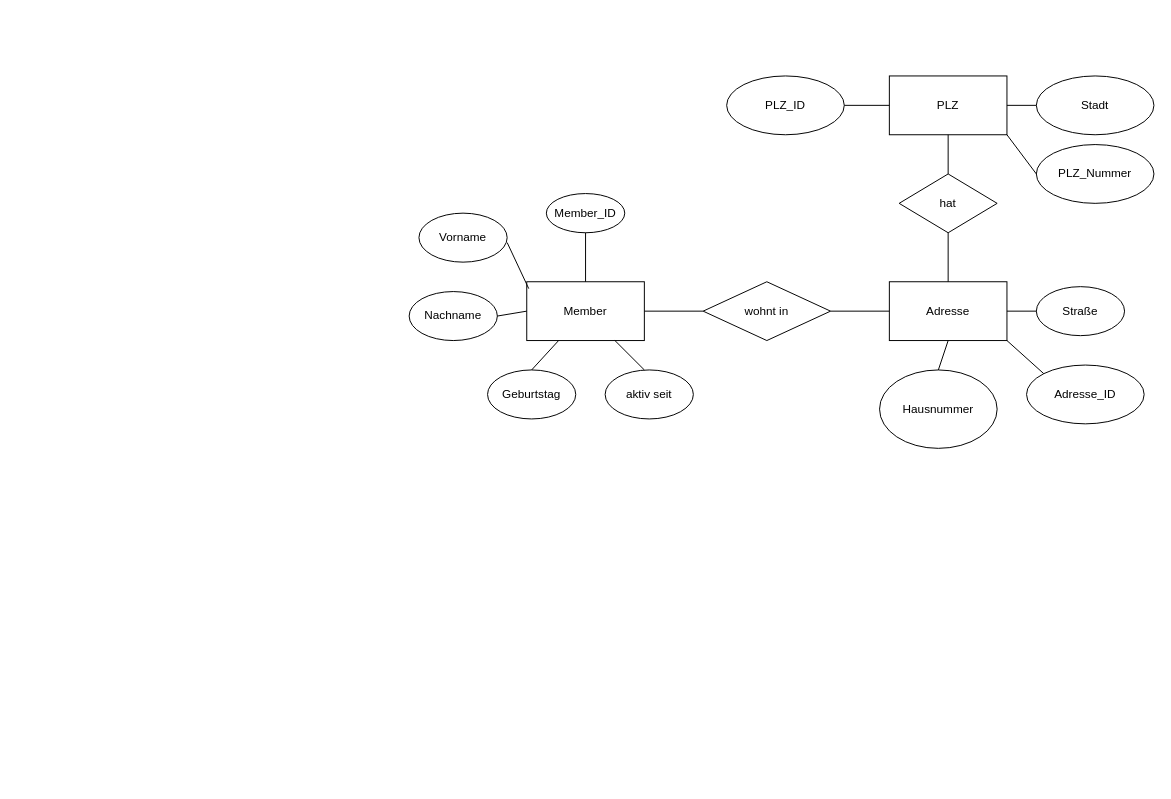
This is draw_io/ER_Member.drawio from floodoo/gun_club, a draw.io file, before an edit. Source tidied: cells renumbered, new cells numbered last; positions are measured from the earlier drawing's top-left corner, leaving out a move shared by most shapes. Both pictures are drawn from the tidied source at 98%, with x=0, y=0 at pixel (409, 75).
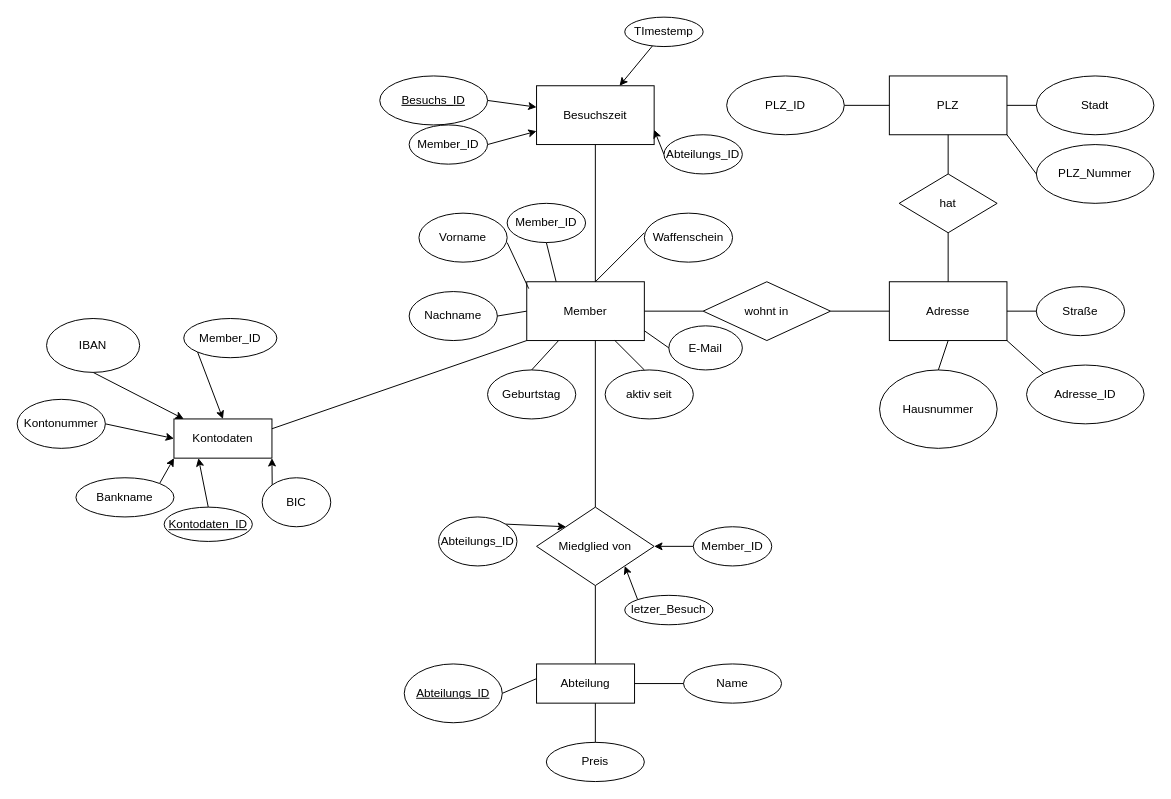
The same diagram, later.

The change refers to these unchanged cells:
```xml
<mxCell id="2" value="Member" style="rounded=0;whiteSpace=wrap;html=1;" parent="1" vertex="1">
  <mxGeometry x="120" y="210" width="120" height="60" as="geometry" />
</mxCell>
```

Change to the diagram source:
```diff
@@
     <mxCell id="3" value="Member_ID" style="ellipse;whiteSpace=wrap;html=1;" parent="1" vertex="1">
-      <mxGeometry x="140" y="120" width="80" height="40" as="geometry" />
+      <mxGeometry x="100" y="130" width="80" height="40" as="geometry" />
     </mxCell>
@@
-    <mxCell id="23" style="endArrow=none;html=1;rounded=0;entryX=0.5;entryY=1;entryDx=0;entryDy=0;" parent="1" edge="1" target="3">
-      <mxGeometry relative="1" as="geometry">
-        <mxPoint x="180" y="210" as="sourcePoint" />
-      </mxGeometry>
+    <mxCell id="23" style="endArrow=none;html=1;rounded=0;entryX=0.5;entryY=1;entryDx=0;entryDy=0;exitX=0.25;exitY=0;exitDx=0;exitDy=0;" parent="1" edge="1" source="2" target="3">
+      <mxGeometry relative="1" as="geometry" />
     </mxCell>
@@
-    <mxCell id="27" style="endArrow=none;html=1;rounded=0;entryX=0.75;entryY=1;entryDx=0;entryDy=0;" parent="1" edge="1" target="2">
+    <mxCell id="27" style="endArrow=none;html=1;fontFamily=Helvetica;fontSize=11;fontColor=default;align=center;strokeColor=default;" parent="1" edge="1" target="2">
       <mxGeometry relative="1" as="geometry">
         <mxPoint x="240" y="300" as="sourcePoint" />
       </mxGeometry>
     </mxCell>
@@
+    <mxCell id="33" style="endArrow=none;html=1;rounded=0;" parent="1" edge="1">
+      <mxGeometry relative="1" as="geometry">
+        <mxPoint x="190" y="440" as="sourcePoint" />
+        <mxPoint x="190" y="270" as="targetPoint" />
+      </mxGeometry>
+    </mxCell>
+    <mxCell id="34" value="&lt;u&gt;Abteilungs_ID&lt;/u&gt;" style="ellipse;whiteSpace=wrap;html=1;" parent="1" vertex="1">
+      <mxGeometry x="-5" y="600" width="100" height="60" as="geometry" />
+    </mxCell>
+    <mxCell id="35" style="endArrow=none;html=1;rounded=0;entryX=0.5;entryY=1;entryDx=0;entryDy=0;" parent="1" edge="1" target="36">
+      <mxGeometry relative="1" as="geometry">
+        <mxPoint x="190" y="600" as="sourcePoint" />
+      </mxGeometry>
+    </mxCell>
+    <mxCell id="36" value="Miedglied von" style="rhombus;whiteSpace=wrap;html=1;" parent="1" vertex="1">
+      <mxGeometry x="130" y="440" width="120" height="80" as="geometry" />
+    </mxCell>
+    <mxCell id="37" style="edgeStyle=none;rounded=0;jettySize=auto;html=1;exitX=1;exitY=0;exitDx=0;exitDy=0;entryX=0;entryY=0;entryDx=0;entryDy=0;" parent="1" edge="1" source="38" target="36">
+      <mxGeometry relative="1" as="geometry" />
+    </mxCell>
+    <mxCell id="38" value="Abteilungs_ID" style="ellipse;whiteSpace=wrap;html=1;" parent="1" vertex="1">
+      <mxGeometry x="30" y="450" width="80" height="50" as="geometry" />
+    </mxCell>
+    <mxCell id="39" style="edgeStyle=none;rounded=0;jettySize=auto;html=1;exitX=0;exitY=0.5;exitDx=0;exitDy=0;entryX=1;entryY=0.5;entryDx=0;entryDy=0;" parent="1" edge="1" source="40" target="36">
+      <mxGeometry relative="1" as="geometry" />
+    </mxCell>
+    <mxCell id="40" value="Member_ID" style="ellipse;whiteSpace=wrap;html=1;" parent="1" vertex="1">
+      <mxGeometry x="290" y="460" width="80" height="40" as="geometry" />
+    </mxCell>
+    <mxCell id="41" style="endArrow=none;html=1;rounded=0;entryX=0;entryY=0.25;entryDx=0;entryDy=0;exitX=1;exitY=0.5;exitDx=0;exitDy=0;" parent="1" edge="1" source="34">
+      <mxGeometry relative="1" as="geometry">
+        <mxPoint x="130" y="615" as="targetPoint" />
+      </mxGeometry>
+    </mxCell>
+    <mxCell id="42" value="Abteilung" style="whiteSpace=wrap;html=1;align=center;" parent="1" vertex="1">
+      <mxGeometry x="130" y="600" width="100" height="40" as="geometry" />
+    </mxCell>
+    <mxCell id="43" value="Preis" style="ellipse;whiteSpace=wrap;html=1;align=center;" parent="1" vertex="1">
+      <mxGeometry x="140" y="680" width="100" height="40" as="geometry" />
+    </mxCell>
+    <mxCell id="44" value="Name" style="ellipse;whiteSpace=wrap;html=1;align=center;" parent="1" vertex="1">
+      <mxGeometry x="280" y="600" width="100" height="40" as="geometry" />
+    </mxCell>
+    <mxCell id="45" style="endArrow=none;html=1;rounded=0;" parent="1" edge="1" source="43">
+      <mxGeometry relative="1" as="geometry">
+        <mxPoint x="190" y="640" as="targetPoint" />
+      </mxGeometry>
+    </mxCell>
+    <mxCell id="46" style="endArrow=none;html=1;rounded=0;entryX=0;entryY=0.5;entryDx=0;entryDy=0;exitX=1;exitY=0.5;exitDx=0;exitDy=0;" parent="1" edge="1" source="42" target="44">
+      <mxGeometry relative="1" as="geometry" />
+    </mxCell>
+    <mxCell id="47" style="edgeStyle=none;rounded=0;jettySize=auto;html=1;exitX=0;exitY=0;exitDx=0;exitDy=0;entryX=1;entryY=1;entryDx=0;entryDy=0;" parent="1" edge="1" source="48" target="36">
+      <mxGeometry relative="1" as="geometry" />
+    </mxCell>
+    <mxCell id="48" value="letzer_Besuch" style="ellipse;whiteSpace=wrap;html=1;" parent="1" vertex="1">
+      <mxGeometry x="220" y="530" width="90" height="30" as="geometry" />
+    </mxCell>
+    <mxCell id="49" style="endArrow=none;html=1;rounded=0;" parent="1" edge="1">
+      <mxGeometry relative="1" as="geometry">
+        <mxPoint x="190" y="210" as="sourcePoint" />
+        <mxPoint x="240" y="160" as="targetPoint" />
+      </mxGeometry>
+    </mxCell>
+    <mxCell id="50" value="Waffenschein" style="ellipse;whiteSpace=wrap;html=1;" parent="1" vertex="1">
+      <mxGeometry x="240" y="140" width="90" height="50" as="geometry" />
+    </mxCell>
+    <mxCell id="51" value="Besuchszeit" style="rounded=0;whiteSpace=wrap;html=1;" parent="1" vertex="1">
+      <mxGeometry x="130" y="10" width="120" height="60" as="geometry" />
+    </mxCell>
+    <mxCell id="52" style="endArrow=none;html=1;rounded=0;" parent="1" edge="1">
+      <mxGeometry relative="1" as="geometry">
+        <mxPoint x="190" y="210" as="sourcePoint" />
+        <mxPoint x="190" y="70" as="targetPoint" />
+      </mxGeometry>
+    </mxCell>
+    <mxCell id="53" style="edgeStyle=none;rounded=0;jettySize=auto;html=1;exitX=1;exitY=0.5;exitDx=0;exitDy=0;" parent="1" edge="1" source="54" target="51">
+      <mxGeometry relative="1" as="geometry" />
+    </mxCell>
+    <mxCell id="54" value="&lt;u&gt;Besuchs_ID&lt;/u&gt;" style="ellipse;whiteSpace=wrap;html=1;" parent="1" vertex="1">
+      <mxGeometry x="-30" width="110" height="50" as="geometry" />
+    </mxCell>
+    <mxCell id="55" style="edgeStyle=none;rounded=0;jettySize=auto;html=1;exitX=1;exitY=0.5;exitDx=0;exitDy=0;" parent="1" edge="1" source="56" target="51">
+      <mxGeometry relative="1" as="geometry" />
+    </mxCell>
+    <mxCell id="56" value="Member_ID" style="ellipse;whiteSpace=wrap;html=1;" parent="1" vertex="1">
+      <mxGeometry y="50" width="80" height="40" as="geometry" />
+    </mxCell>
+    <mxCell id="57" style="edgeStyle=none;rounded=0;jettySize=auto;html=1;exitX=0;exitY=0.5;exitDx=0;exitDy=0;entryX=1;entryY=0.75;entryDx=0;entryDy=0;" parent="1" edge="1" source="58" target="51">
+      <mxGeometry relative="1" as="geometry" />
+    </mxCell>
+    <mxCell id="58" value="Abteilungs_ID" style="ellipse;whiteSpace=wrap;html=1;" parent="1" vertex="1">
+      <mxGeometry x="260" y="60" width="80" height="40" as="geometry" />
+    </mxCell>
+    <mxCell id="59" style="edgeStyle=none;rounded=0;jettySize=auto;html=1;" parent="1" edge="1" source="60" target="51">
+      <mxGeometry relative="1" as="geometry" />
+    </mxCell>
+    <mxCell id="60" value="TImestemp" style="ellipse;whiteSpace=wrap;html=1;" parent="1" vertex="1">
+      <mxGeometry x="220" y="-60" width="80" height="30" as="geometry" />
+    </mxCell>
+    <mxCell id="61" value="E-Mail" style="ellipse;whiteSpace=wrap;html=1;" parent="1" vertex="1">
+      <mxGeometry x="265" y="255" width="75" height="45" as="geometry" />
+    </mxCell>
+    <mxCell id="62" style="endArrow=none;html=1;rounded=0;exitX=0;exitY=0.5;exitDx=0;exitDy=0;" parent="1" edge="1" source="61">
+      <mxGeometry relative="1" as="geometry">
+        <mxPoint x="240" y="260" as="targetPoint" />
+      </mxGeometry>
+    </mxCell>
+    <mxCell id="63" value="Kontodaten" style="rounded=0;whiteSpace=wrap;html=1;" parent="1" vertex="1">
+      <mxGeometry x="-240" y="350" width="100" height="40" as="geometry" />
+    </mxCell>
+    <mxCell id="64" style="edgeStyle=none;rounded=0;jettySize=auto;html=1;exitX=0.5;exitY=0;exitDx=0;exitDy=0;entryX=0.25;entryY=1;entryDx=0;entryDy=0;" parent="1" edge="1" source="65" target="63">
+      <mxGeometry relative="1" as="geometry" />
+    </mxCell>
+    <mxCell id="65" value="&lt;u&gt;Kontodaten_ID&lt;/u&gt;" style="ellipse;whiteSpace=wrap;html=1;" parent="1" vertex="1">
+      <mxGeometry x="-250" y="440" width="90" height="35" as="geometry" />
+    </mxCell>
+    <mxCell id="66" style="edgeStyle=none;rounded=0;jettySize=auto;html=1;exitX=1;exitY=0.5;exitDx=0;exitDy=0;entryX=0;entryY=0.5;entryDx=0;entryDy=0;" parent="1" edge="1" source="67" target="63">
+      <mxGeometry relative="1" as="geometry" />
+    </mxCell>
+    <mxCell id="67" value="Kontonummer" style="ellipse;whiteSpace=wrap;html=1;" parent="1" vertex="1">
+      <mxGeometry x="-400" y="330" width="90" height="50" as="geometry" />
+    </mxCell>
+    <mxCell id="68" style="edgeStyle=none;rounded=0;jettySize=auto;html=1;exitX=0.5;exitY=1;exitDx=0;exitDy=0;entryX=0.1;entryY=0;entryDx=0;entryDy=0;entryPerimeter=0;" parent="1" edge="1" source="69" target="63">
+      <mxGeometry relative="1" as="geometry" />
+    </mxCell>
+    <mxCell id="69" value="IBAN" style="ellipse;whiteSpace=wrap;html=1;" parent="1" vertex="1">
+      <mxGeometry x="-370" y="247.5" width="95" height="55" as="geometry" />
+    </mxCell>
+    <mxCell id="70" style="edgeStyle=none;rounded=0;jettySize=auto;html=1;exitX=1;exitY=0;exitDx=0;exitDy=0;entryX=0;entryY=1;entryDx=0;entryDy=0;" parent="1" edge="1" source="71" target="63">
+      <mxGeometry relative="1" as="geometry" />
+    </mxCell>
+    <mxCell id="71" value="Bankname" style="ellipse;whiteSpace=wrap;html=1;" parent="1" vertex="1">
+      <mxGeometry x="-340" y="410" width="100" height="40" as="geometry" />
+    </mxCell>
+    <mxCell id="72" style="edgeStyle=none;rounded=0;jettySize=auto;html=1;exitX=0;exitY=0;exitDx=0;exitDy=0;entryX=1;entryY=1;entryDx=0;entryDy=0;" parent="1" edge="1" source="73" target="63">
+      <mxGeometry relative="1" as="geometry" />
+    </mxCell>
+    <mxCell id="73" value="BIC" style="ellipse;whiteSpace=wrap;html=1;" parent="1" vertex="1">
+      <mxGeometry x="-150" y="410" width="70" height="50" as="geometry" />
+    </mxCell>
+    <mxCell id="74" style="edgeStyle=none;rounded=0;jettySize=auto;html=1;exitX=0;exitY=1;exitDx=0;exitDy=0;entryX=0.5;entryY=0;entryDx=0;entryDy=0;" parent="1" edge="1" source="75" target="63">
+      <mxGeometry relative="1" as="geometry" />
+    </mxCell>
+    <mxCell id="75" value="Member_ID" style="ellipse;whiteSpace=wrap;html=1;" parent="1" vertex="1">
+      <mxGeometry x="-230" y="247.5" width="95" height="40" as="geometry" />
+    </mxCell>
+    <mxCell id="76" style="endArrow=none;html=1;rounded=0;exitX=1;exitY=0.25;exitDx=0;exitDy=0;" parent="1" edge="1" source="63">
+      <mxGeometry relative="1" as="geometry">
+        <mxPoint x="120" y="270" as="targetPoint" />
+      </mxGeometry>
+    </mxCell>
```
